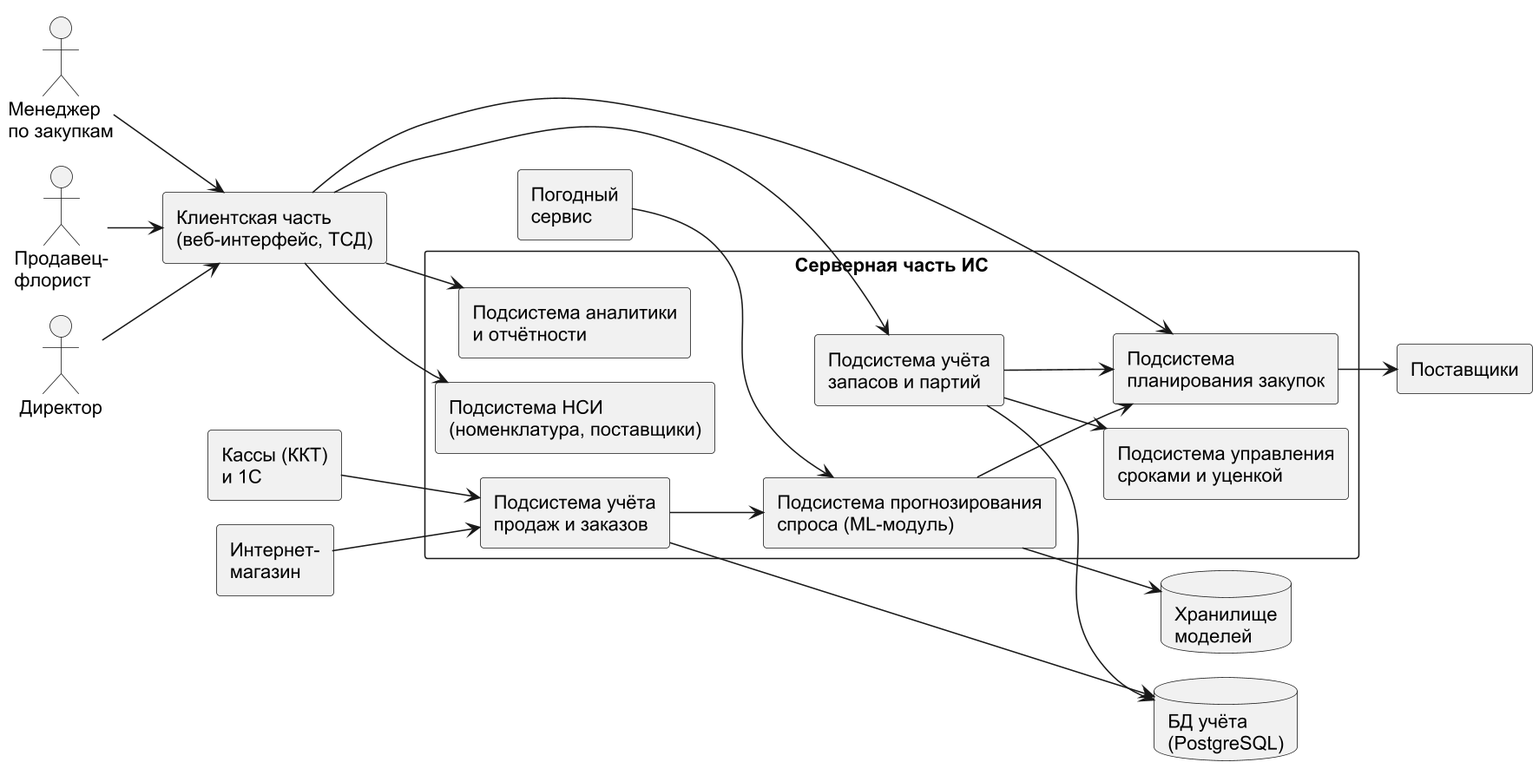
Earlier version of the PlantUML export diagrams/pr3_architecture.png (DarkSwordman999/flower-demand-planning).
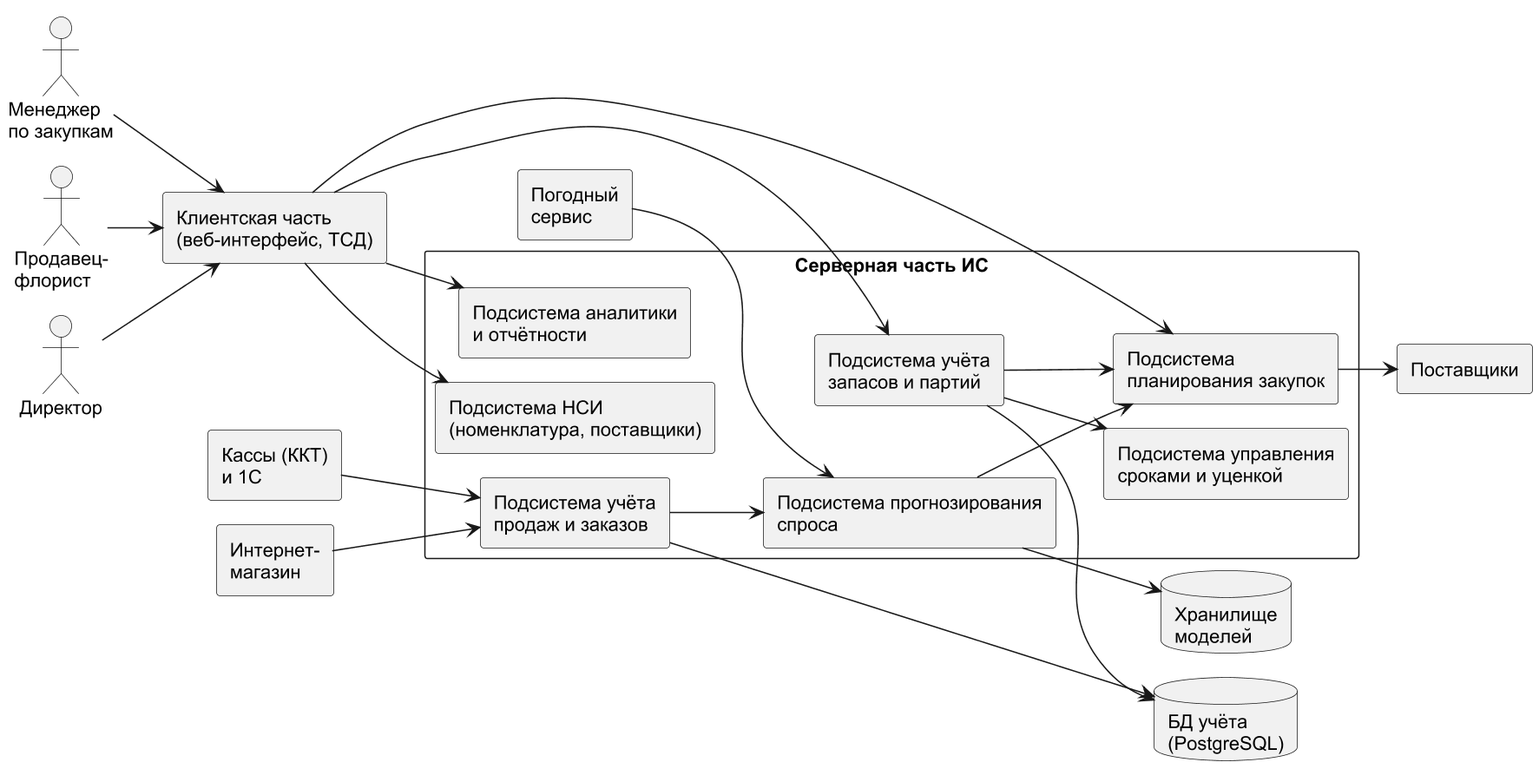
Above is the later version.

Change to the diagram source:
```diff
@@ -13,7 +13,7 @@
   rectangle "Подсистема НСИ\n(номенклатура, поставщики)" as A
   rectangle "Подсистема учёта\nзапасов и партий" as B
   rectangle "Подсистема учёта\nпродаж и заказов" as C
-  rectangle "Подсистема прогнозирования\nспроса (ML-модуль)" as D
+  rectangle "Подсистема прогнозирования\nспроса" as D
   rectangle "Подсистема\nпланирования закупок" as E
   rectangle "Подсистема управления\nсроками и уценкой" as F
   rectangle "Подсистема аналитики\nи отчётности" as G
```
